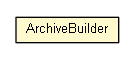
Before: bw-maven-plugin/apidocs/fr/fastconnect/factory/tibco/bw/maven/compile/ArchiveBuilder.png, a diagram exported from Graphviz (fastconnect/tibco-factory). Its source is kept beside it as bw-maven-plugin/apidocs/fr/fastconnect/factory/tibco/bw/maven/compile/ArchiveBuilder.dot. Source of this version:
```dot

digraph G {
	edge [fontname="arial",fontsize=10,labelfontname="arial",labelfontsize=10];
	node [fontname="arial",fontsize=10,shape=plaintext];
	nodesep=0.25;
	ranksep=0.5;
	c1503 [label=<<table title="fr.fastconnect.factory.tibco.bw.maven.compile.ArchiveBuilder" border="0" cellborder="1" cellspacing="0" cellpadding="2" port="p" bgcolor="lemonChiffon" href="./ArchiveBuilder.html">
		<tr><td><table border="0" cellspacing="0" cellpadding="1">
<tr><td align="center" balign="center"> ArchiveBuilder </td></tr>
		</table></td></tr>
		</table>>, URL="./ArchiveBuilder.html", fontname="arial", fontcolor="black", fontsize=10.0];
}
```
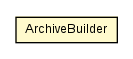
Above is the later version.

Change to the diagram source:
```diff
@@ -1,12 +1,12 @@
 
 digraph G {
-	edge [fontname="arial",fontsize=10,labelfontname="arial",labelfontsize=10];
-	node [fontname="arial",fontsize=10,shape=plaintext];
+	edge [fontname="Helvetica",fontsize=10,labelfontname="Helvetica",labelfontsize=10];
+	node [fontname="Helvetica",fontsize=10,shape=plaintext];
 	nodesep=0.25;
 	ranksep=0.5;
-	c1503 [label=<<table title="fr.fastconnect.factory.tibco.bw.maven.compile.ArchiveBuilder" border="0" cellborder="1" cellspacing="0" cellpadding="2" port="p" bgcolor="lemonChiffon" href="./ArchiveBuilder.html">
+	c1589 [label=<<table title="fr.fastconnect.factory.tibco.bw.maven.compile.ArchiveBuilder" border="0" cellborder="1" cellspacing="0" cellpadding="2" port="p" bgcolor="lemonChiffon" href="./ArchiveBuilder.html">
 		<tr><td><table border="0" cellspacing="0" cellpadding="1">
 <tr><td align="center" balign="center"> ArchiveBuilder </td></tr>
 		</table></td></tr>
-		</table>>, URL="./ArchiveBuilder.html", fontname="arial", fontcolor="black", fontsize=10.0];
+		</table>>, URL="./ArchiveBuilder.html", fontname="Helvetica", fontcolor="black", fontsize=10.0];
 }
```
